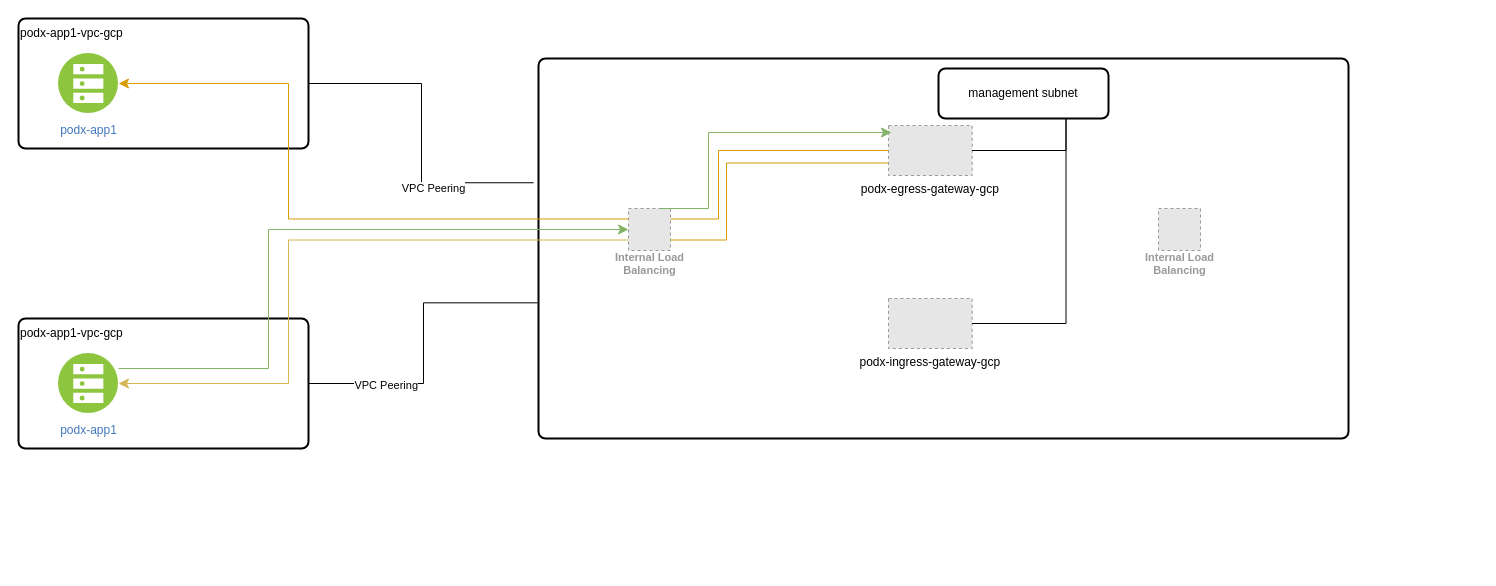
Earlier version of the draw.io diagram page "gcp-v1" (3 of 12) of cisco-mcd-customer-x-v1.drawio (vagner-instructor/topologies). Source tidied: cells renumbered, new cells numbered last; positions are measured from the earlier drawing's top-left corner, leaving out a move shared by most shapes. Both pictures are drawn from the tidied source at 100%, with x=0, y=0 at pixel (18, 18). Pictures stored in the file or linked from it are replaced by grey dashed boxes.
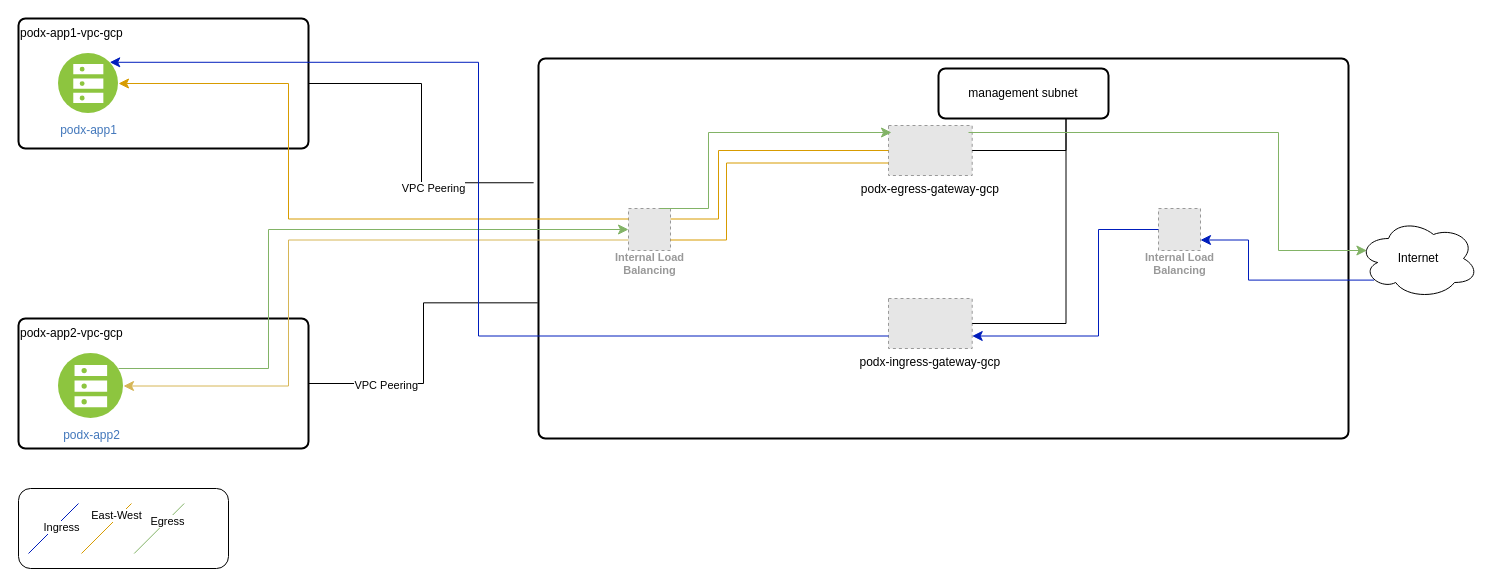
Above is the later version.

Unchanged cells that the change refers to:
```xml
<mxCell id="3" value="podx-app1" style="image;perimeter=ellipsePerimeter;html=1;align=center;shadow=0;dashed=0;fontColor=#4277BB;labelBackgroundColor=default;fontSize=12;spacingTop=3;image=img/lib/ibm/vpc/BareMetalServer.svg;" parent="1" vertex="1">
  <mxGeometry x="40" y="35" width="60" height="60" as="geometry" />
</mxCell>
<mxCell id="14" value="podx-ingress-gateway-gcp" style="fillColor=#E6E6E6;strokeColor=#999999;dashed=1;verticalLabelPosition=bottom;labelBackgroundColor=default;verticalAlign=top;" parent="1" vertex="1">
  <mxGeometry x="870" y="280" width="83.7" height="50" as="geometry" />
</mxCell>
<mxCell id="15" value="podx-egress-gateway-gcp" style="fillColor=#E6E6E6;strokeColor=#999999;dashed=1;verticalLabelPosition=bottom;labelBackgroundColor=default;verticalAlign=top;" parent="1" vertex="1">
  <mxGeometry x="870" y="107" width="83.7" height="50" as="geometry" />
</mxCell>
<mxCell id="21" value="Internal Load&lt;br&gt;Balancing" style="fillColor=#E6E6E6;strokeColor=#999999;dashed=1;html=1;verticalAlign=top;labelPosition=center;verticalLabelPosition=bottom;align=center;spacingTop=-6;fontSize=11;fontStyle=1;fontColor=#999999;" parent="1" vertex="1">
  <mxGeometry x="1140" y="190" width="42" height="42" as="geometry" />
</mxCell>
```

Change to the diagram source:
```diff
@@
+    <mxCell id="24" style="rounded=1;whiteSpace=wrap;html=1;" parent="1" vertex="1">
+      <mxGeometry y="470" width="210" height="80" as="geometry" />
+    </mxCell>
@@
-    <mxCell id="4" value="podx-app1-vpc-gcp&lt;div&gt;&lt;br&gt;&lt;/div&gt;&lt;div&gt;&lt;br&gt;&lt;/div&gt;&lt;div&gt;&lt;br&gt;&lt;/div&gt;&lt;div&gt;&lt;br&gt;&lt;/div&gt;&lt;div&gt;&lt;br&gt;&lt;/div&gt;&lt;div&gt;&lt;br&gt;&lt;/div&gt;&lt;div&gt;&lt;br&gt;&lt;/div&gt;" style="rounded=1;whiteSpace=wrap;html=1;absoluteArcSize=1;arcSize=14;strokeWidth=2;align=left;" parent="1" vertex="1">
+    <mxCell id="4" value="podx-app2-vpc-gcp&lt;div&gt;&lt;br&gt;&lt;/div&gt;&lt;div&gt;&lt;br&gt;&lt;/div&gt;&lt;div&gt;&lt;br&gt;&lt;/div&gt;&lt;div&gt;&lt;br&gt;&lt;/div&gt;&lt;div&gt;&lt;br&gt;&lt;/div&gt;&lt;div&gt;&lt;br&gt;&lt;/div&gt;&lt;div&gt;&lt;br&gt;&lt;/div&gt;" style="rounded=1;whiteSpace=wrap;html=1;absoluteArcSize=1;arcSize=14;strokeWidth=2;align=left;" parent="1" vertex="1">
       <mxGeometry y="300" width="290" height="130" as="geometry" />
     </mxCell>
-    <mxCell id="5" value="podx-app1" style="image;perimeter=ellipsePerimeter;html=1;align=center;shadow=0;dashed=0;fontColor=#4277BB;labelBackgroundColor=default;fontSize=12;spacingTop=3;image=img/lib/ibm/vpc/BareMetalServer.svg;" parent="1" vertex="1">
-      <mxGeometry x="40" y="335" width="60" height="60" as="geometry" />
+    <mxCell id="5" value="podx-app2" style="image;perimeter=ellipsePerimeter;html=1;align=center;shadow=0;dashed=0;fontColor=#4277BB;labelBackgroundColor=default;fontSize=12;spacingTop=3;image=img/lib/ibm/vpc/BareMetalServer.svg;" parent="1" vertex="1">
+      <mxGeometry x="40" y="335" width="65" height="65" as="geometry" />
     </mxCell>
@@
+    <mxCell id="25" style="edgeStyle=elbowEdgeStyle;elbow=horizontal;endArrow=classic;html=1;curved=0;rounded=0;endSize=8;startSize=8;exitX=0.956;exitY=0.14;exitDx=0;exitDy=0;entryX=0.07;entryY=0.4;entryDx=0;entryDy=0;fillColor=#d5e8d4;strokeColor=#82b366;exitPerimeter=0;entryPerimeter=0;" parent="1" edge="1" source="15" target="27">
+      <mxGeometry relative="1" as="geometry">
+        <Array as="points">
+          <mxPoint x="1260" y="160" />
+        </Array>
+      </mxGeometry>
+    </mxCell>
+    <mxCell id="26" style="edgeStyle=elbowEdgeStyle;elbow=horizontal;endArrow=classic;html=1;curved=0;rounded=0;endSize=8;startSize=8;exitX=0.13;exitY=0.77;exitDx=0;exitDy=0;entryX=1;entryY=0.75;entryDx=0;entryDy=0;fillColor=#0050ef;strokeColor=#001DBC;exitPerimeter=0;" parent="1" edge="1" source="27" target="21">
+      <mxGeometry relative="1" as="geometry">
+        <Array as="points">
+          <mxPoint x="1230" y="250" />
+        </Array>
+      </mxGeometry>
+    </mxCell>
+    <mxCell id="27" value="Internet" style="ellipse;shape=cloud;whiteSpace=wrap;html=1;" parent="1" vertex="1">
+      <mxGeometry x="1340" y="200" width="120" height="80" as="geometry" />
+    </mxCell>
+    <mxCell id="28" style="edgeStyle=elbowEdgeStyle;elbow=horizontal;endArrow=classic;html=1;curved=0;rounded=0;endSize=8;startSize=8;entryX=1;entryY=0.75;entryDx=0;entryDy=0;fillColor=#0050ef;strokeColor=#001DBC;" parent="1" edge="1" source="21" target="14">
+      <mxGeometry relative="1" as="geometry">
+        <Array as="points">
+          <mxPoint x="1080" y="310" />
+        </Array>
+      </mxGeometry>
+    </mxCell>
+    <mxCell id="29" style="edgeStyle=elbowEdgeStyle;elbow=horizontal;endArrow=classic;html=1;curved=0;rounded=0;endSize=8;startSize=8;entryX=1;entryY=0;entryDx=0;entryDy=0;fillColor=#0050ef;strokeColor=#001DBC;exitX=0;exitY=0.75;exitDx=0;exitDy=0;" parent="1" edge="1" source="14" target="3">
+      <mxGeometry relative="1" as="geometry">
+        <Array as="points">
+          <mxPoint x="460" y="250" />
+        </Array>
+      </mxGeometry>
+    </mxCell>
+    <mxCell id="30" style="endArrow=none;html=1;rounded=0;fillColor=#0050ef;strokeColor=#001DBC;targetPerimeterSpacing=3;" parent="1" edge="1">
+      <mxGeometry relative="1" as="geometry">
+        <mxPoint x="10" y="535" as="sourcePoint" />
+        <mxPoint x="60" y="485" as="targetPoint" />
+      </mxGeometry>
+    </mxCell>
+    <mxCell id="31" value="Ingress" style="edgeLabel;html=1;align=center;verticalAlign=middle;" parent="30" vertex="1">
+      <mxGeometry x="0.21" y="-5" relative="1" as="geometry">
+        <mxPoint x="-1" as="offset" />
+      </mxGeometry>
+    </mxCell>
+    <mxCell id="32" style="endArrow=none;html=1;rounded=0;fillColor=#ffe6cc;strokeColor=#d79b00;targetPerimeterSpacing=3;" parent="1" edge="1">
+      <mxGeometry relative="1" as="geometry">
+        <mxPoint x="63" y="535" as="sourcePoint" />
+        <mxPoint x="113" y="485" as="targetPoint" />
+      </mxGeometry>
+    </mxCell>
+    <mxCell id="33" value="East-West" style="edgeLabel;html=1;align=center;verticalAlign=middle;" parent="32" vertex="1">
+      <mxGeometry x="0.46" y="3" relative="1" as="geometry" />
+    </mxCell>
+    <mxCell id="34" style="endArrow=none;html=1;rounded=0;fillColor=#d5e8d4;strokeColor=#82b366;targetPerimeterSpacing=3;" parent="1" edge="1">
+      <mxGeometry relative="1" as="geometry">
+        <mxPoint x="115.7" y="535" as="sourcePoint" />
+        <mxPoint x="165.7" y="485" as="targetPoint" />
+      </mxGeometry>
+    </mxCell>
+    <mxCell id="35" value="Egress" style="edgeLabel;html=1;align=center;verticalAlign=middle;" parent="34" vertex="1">
+      <mxGeometry x="0.29" relative="1" as="geometry" />
+    </mxCell>
```
